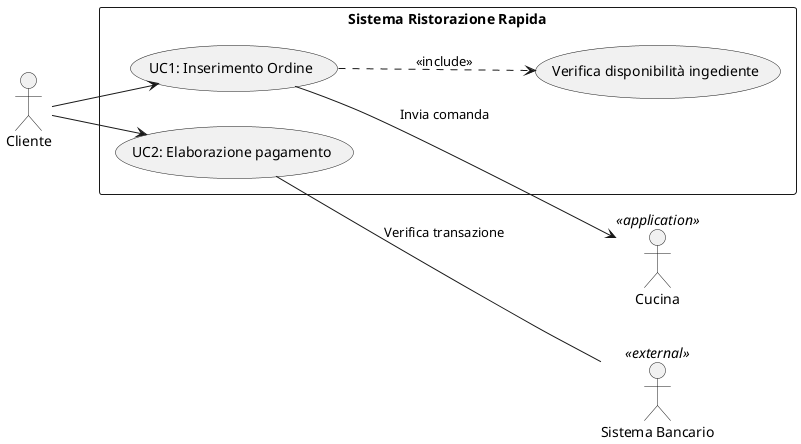
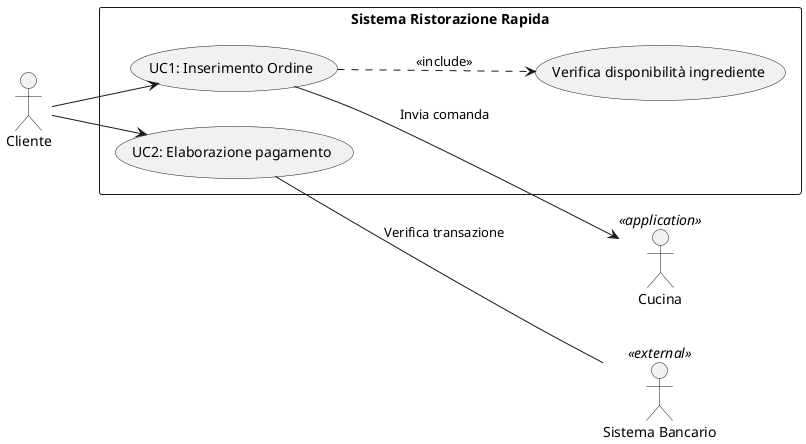
@startuml casi_uso

left to right direction
skinparam PackageStyle rectangle

actor "Cliente" as Customer
actor "Cucina" as Kitchen <<application>>
actor "Sistema Bancario" as Bank <<external>>

rectangle "Sistema Ristorazione Rapida" {
    usecase "UC1: Inserimento Ordine" as UC1
    usecase "UC2: Elaborazione pagamento" as UC2
-     usecase "Verifica disponibilità ingediente" as UC3
+     usecase "Verifica disponibilità ingrediente" as UC3
}

Customer --> UC1
Customer --> UC2

UC1 ..> UC3 : <<include>>

UC1 --> Kitchen : Invia comanda
UC2 -- Bank : Verifica transazione

@enduml
